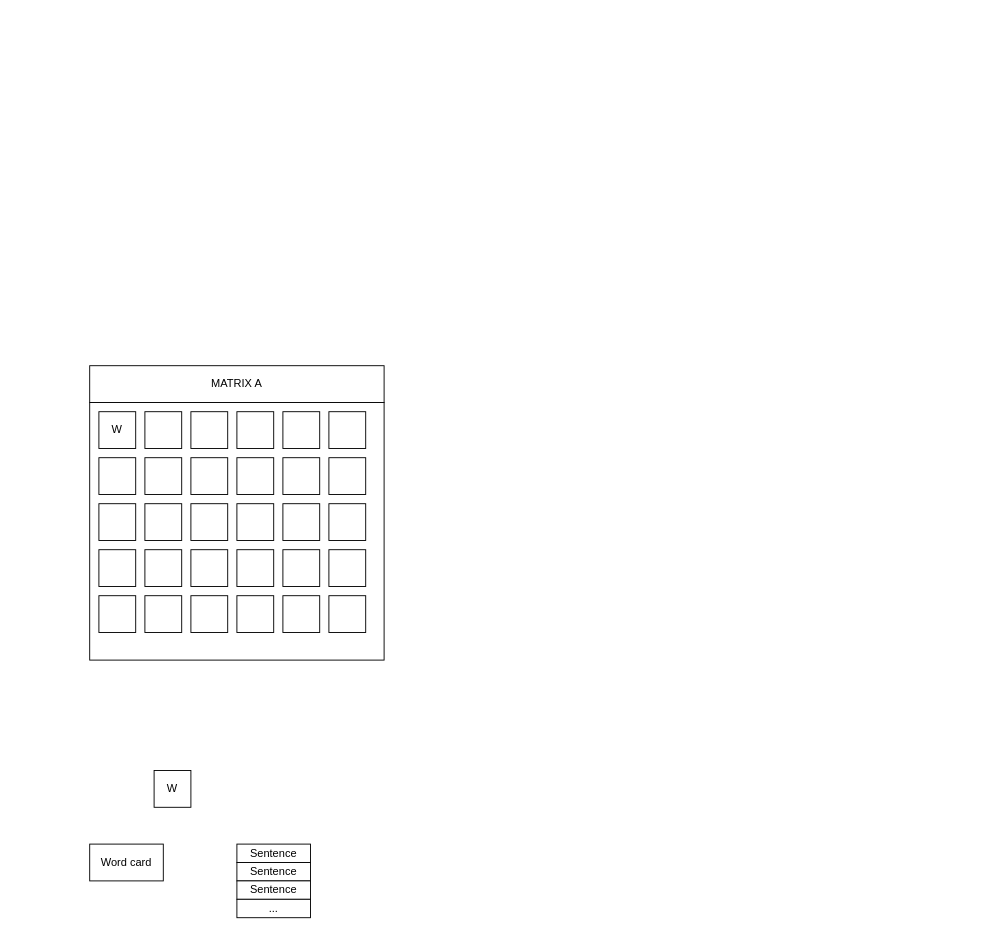
aleshin-roman-nk/lngCollector keeps this draw.io diagram as Data.drawio. Above is the earlier version. Source tidied: cells renumbered, new cells numbered last; positions are measured from the earlier drawing's top-left corner, leaving out a move shared by most shapes. Both pictures are drawn from the tidied source at 92%, with x=0, y=0 at pixel (89, 365).
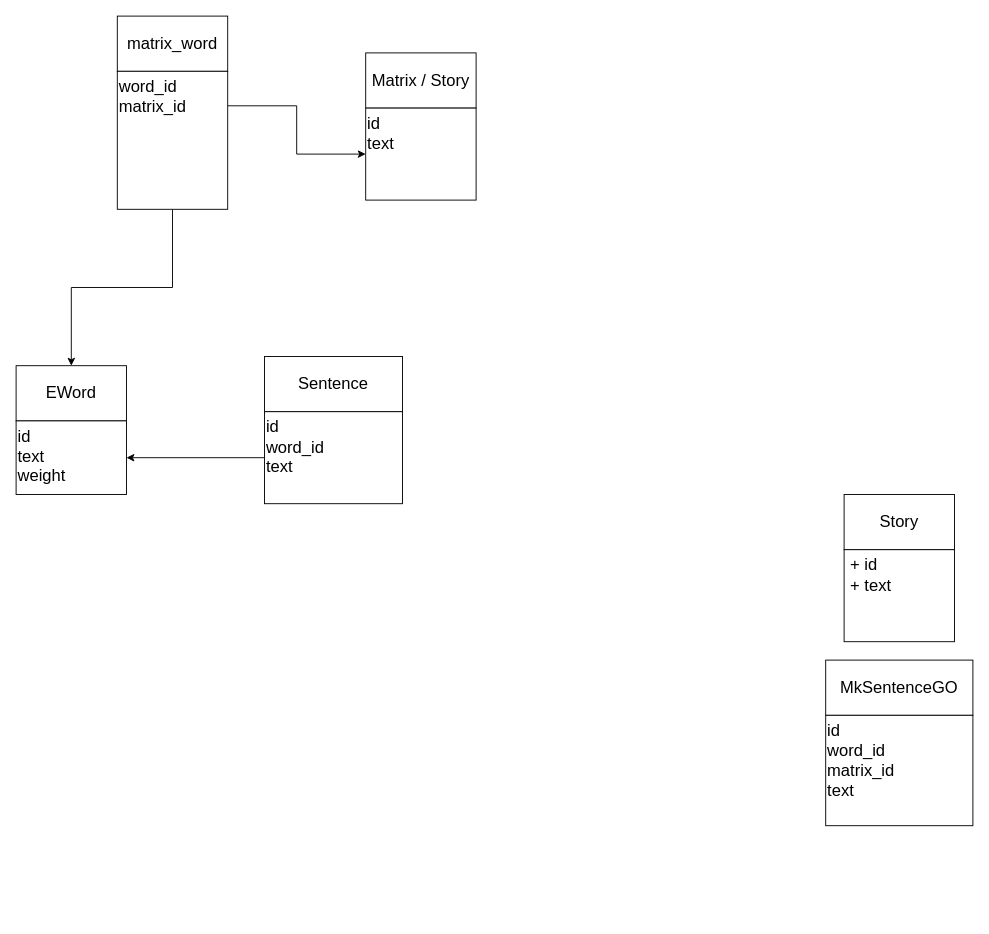
Above is the later version.

The edit, as a diff of the source:
```diff
@@
-    <mxCell id="2" style="rounded=0;whiteSpace=wrap;html=1;" parent="1" vertex="1">
-      <mxGeometry y="40" width="320" height="280" as="geometry" />
-    </mxCell>
-    <mxCell id="3" value="W" style="rounded=0;whiteSpace=wrap;html=1;" parent="1" vertex="1">
-      <mxGeometry x="10" y="50" width="40" height="40" as="geometry" />
-    </mxCell>
-    <mxCell id="4" style="rounded=0;whiteSpace=wrap;html=1;" parent="1" vertex="1">
-      <mxGeometry x="60" y="50" width="40" height="40" as="geometry" />
-    </mxCell>
-    <mxCell id="5" style="rounded=0;whiteSpace=wrap;html=1;" parent="1" vertex="1">
-      <mxGeometry x="160" y="50" width="40" height="40" as="geometry" />
-    </mxCell>
-    <mxCell id="6" style="rounded=0;whiteSpace=wrap;html=1;" parent="1" vertex="1">
-      <mxGeometry x="110" y="50" width="40" height="40" as="geometry" />
-    </mxCell>
-    <mxCell id="7" style="rounded=0;whiteSpace=wrap;html=1;" parent="1" vertex="1">
-      <mxGeometry x="210" y="50" width="40" height="40" as="geometry" />
-    </mxCell>
-    <mxCell id="8" style="rounded=0;whiteSpace=wrap;html=1;" parent="1" vertex="1">
-      <mxGeometry x="260" y="50" width="40" height="40" as="geometry" />
-    </mxCell>
-    <mxCell id="9" style="rounded=0;whiteSpace=wrap;html=1;" parent="1" vertex="1">
-      <mxGeometry x="10" y="100" width="40" height="40" as="geometry" />
-    </mxCell>
-    <mxCell id="10" style="rounded=0;whiteSpace=wrap;html=1;" parent="1" vertex="1">
-      <mxGeometry x="60" y="100" width="40" height="40" as="geometry" />
-    </mxCell>
-    <mxCell id="11" style="rounded=0;whiteSpace=wrap;html=1;" parent="1" vertex="1">
-      <mxGeometry x="160" y="100" width="40" height="40" as="geometry" />
-    </mxCell>
-    <mxCell id="12" style="rounded=0;whiteSpace=wrap;html=1;" parent="1" vertex="1">
-      <mxGeometry x="110" y="100" width="40" height="40" as="geometry" />
-    </mxCell>
-    <mxCell id="13" style="rounded=0;whiteSpace=wrap;html=1;" parent="1" vertex="1">
-      <mxGeometry x="210" y="100" width="40" height="40" as="geometry" />
-    </mxCell>
-    <mxCell id="14" style="rounded=0;whiteSpace=wrap;html=1;" parent="1" vertex="1">
-      <mxGeometry x="260" y="100" width="40" height="40" as="geometry" />
-    </mxCell>
-    <mxCell id="15" style="rounded=0;whiteSpace=wrap;html=1;" parent="1" vertex="1">
-      <mxGeometry x="10" y="150" width="40" height="40" as="geometry" />
-    </mxCell>
-    <mxCell id="16" style="rounded=0;whiteSpace=wrap;html=1;" parent="1" vertex="1">
-      <mxGeometry x="60" y="150" width="40" height="40" as="geometry" />
-    </mxCell>
-    <mxCell id="17" style="rounded=0;whiteSpace=wrap;html=1;" parent="1" vertex="1">
-      <mxGeometry x="160" y="150" width="40" height="40" as="geometry" />
-    </mxCell>
-    <mxCell id="18" style="rounded=0;whiteSpace=wrap;html=1;" parent="1" vertex="1">
-      <mxGeometry x="110" y="150" width="40" height="40" as="geometry" />
-    </mxCell>
-    <mxCell id="19" style="rounded=0;whiteSpace=wrap;html=1;" parent="1" vertex="1">
-      <mxGeometry x="210" y="150" width="40" height="40" as="geometry" />
-    </mxCell>
-    <mxCell id="20" style="rounded=0;whiteSpace=wrap;html=1;" parent="1" vertex="1">
-      <mxGeometry x="260" y="150" width="40" height="40" as="geometry" />
-    </mxCell>
-    <mxCell id="21" style="rounded=0;whiteSpace=wrap;html=1;" parent="1" vertex="1">
-      <mxGeometry x="10" y="200" width="40" height="40" as="geometry" />
-    </mxCell>
-    <mxCell id="22" style="rounded=0;whiteSpace=wrap;html=1;" parent="1" vertex="1">
-      <mxGeometry x="60" y="200" width="40" height="40" as="geometry" />
-    </mxCell>
-    <mxCell id="23" style="rounded=0;whiteSpace=wrap;html=1;" parent="1" vertex="1">
-      <mxGeometry x="160" y="200" width="40" height="40" as="geometry" />
-    </mxCell>
-    <mxCell id="24" style="rounded=0;whiteSpace=wrap;html=1;" parent="1" vertex="1">
-      <mxGeometry x="110" y="200" width="40" height="40" as="geometry" />
-    </mxCell>
-    <mxCell id="25" style="rounded=0;whiteSpace=wrap;html=1;" parent="1" vertex="1">
-      <mxGeometry x="210" y="200" width="40" height="40" as="geometry" />
-    </mxCell>
-    <mxCell id="26" style="rounded=0;whiteSpace=wrap;html=1;" parent="1" vertex="1">
-      <mxGeometry x="260" y="200" width="40" height="40" as="geometry" />
-    </mxCell>
-    <mxCell id="27" style="rounded=0;whiteSpace=wrap;html=1;" parent="1" vertex="1">
-      <mxGeometry x="10" y="250" width="40" height="40" as="geometry" />
-    </mxCell>
-    <mxCell id="28" style="rounded=0;whiteSpace=wrap;html=1;" parent="1" vertex="1">
-      <mxGeometry x="60" y="250" width="40" height="40" as="geometry" />
-    </mxCell>
-    <mxCell id="29" style="rounded=0;whiteSpace=wrap;html=1;" parent="1" vertex="1">
-      <mxGeometry x="160" y="250" width="40" height="40" as="geometry" />
-    </mxCell>
-    <mxCell id="30" style="rounded=0;whiteSpace=wrap;html=1;" parent="1" vertex="1">
-      <mxGeometry x="110" y="250" width="40" height="40" as="geometry" />
-    </mxCell>
-    <mxCell id="31" style="rounded=0;whiteSpace=wrap;html=1;" parent="1" vertex="1">
-      <mxGeometry x="210" y="250" width="40" height="40" as="geometry" />
-    </mxCell>
-    <mxCell id="32" style="rounded=0;whiteSpace=wrap;html=1;" parent="1" vertex="1">
-      <mxGeometry x="260" y="250" width="40" height="40" as="geometry" />
-    </mxCell>
-    <mxCell id="33" value="MATRIX A" style="rounded=0;whiteSpace=wrap;html=1;" parent="1" vertex="1">
-      <mxGeometry width="320" height="40" as="geometry" />
-    </mxCell>
-    <mxCell id="34" value="W" style="rounded=0;whiteSpace=wrap;html=1;" parent="1" vertex="1">
-      <mxGeometry x="70" y="440" width="40" height="40" as="geometry" />
-    </mxCell>
-    <mxCell id="35" value="Word card" style="rounded=0;whiteSpace=wrap;html=1;" parent="1" vertex="1">
-      <mxGeometry y="520" width="80" height="40" as="geometry" />
-    </mxCell>
-    <mxCell id="36" value="Sentence" style="rounded=0;whiteSpace=wrap;html=1;" parent="1" vertex="1">
-      <mxGeometry x="160" y="520" width="80" height="20" as="geometry" />
-    </mxCell>
-    <mxCell id="37" value="Sentence" style="rounded=0;whiteSpace=wrap;html=1;" parent="1" vertex="1">
-      <mxGeometry x="160" y="540" width="80" height="20" as="geometry" />
-    </mxCell>
-    <mxCell id="38" value="Sentence" style="rounded=0;whiteSpace=wrap;html=1;" parent="1" vertex="1">
-      <mxGeometry x="160" y="560" width="80" height="20" as="geometry" />
-    </mxCell>
-    <mxCell id="39" value="..." style="rounded=0;whiteSpace=wrap;html=1;" parent="1" vertex="1">
-      <mxGeometry x="160" y="580" width="80" height="20" as="geometry" />
-    </mxCell>
+    <mxCell id="40" value="EWord" style="rounded=0;whiteSpace=wrap;html=1;fontSize=18;" parent="1" vertex="1">
+      <mxGeometry x="-80" width="120" height="60" as="geometry" />
+    </mxCell>
+    <mxCell id="41" value="id&lt;br style=&quot;font-size: 18px&quot;&gt;text&lt;br&gt;weight" style="rounded=0;whiteSpace=wrap;html=1;align=left;verticalAlign=top;fontSize=18;" parent="1" vertex="1">
+      <mxGeometry x="-80" y="60" width="120" height="80" as="geometry" />
+    </mxCell>
+    <mxCell id="42" value="Sentence" style="rounded=0;whiteSpace=wrap;html=1;fontSize=18;" parent="1" vertex="1">
+      <mxGeometry x="190" y="-10" width="150" height="60" as="geometry" />
+    </mxCell>
+    <mxCell id="43" style="edgeStyle=orthogonalEdgeStyle;rounded=0;jettySize=auto;html=1;exitX=0;exitY=0.5;exitDx=0;exitDy=0;entryX=1;entryY=0.5;entryDx=0;entryDy=0;fontSize=18;" parent="1" edge="1" source="44" target="41">
+      <mxGeometry relative="1" as="geometry" />
+    </mxCell>
+    <mxCell id="44" value="id&lt;br&gt;word_id&lt;br&gt;text" style="rounded=0;whiteSpace=wrap;html=1;fontSize=18;verticalAlign=top;align=left;" parent="1" vertex="1">
+      <mxGeometry x="190" y="50" width="150" height="100" as="geometry" />
+    </mxCell>
+    <mxCell id="45" value="Matrix / Story" style="rounded=0;whiteSpace=wrap;html=1;fontSize=18;" parent="1" vertex="1">
+      <mxGeometry x="300" y="-340" width="120" height="60" as="geometry" />
+    </mxCell>
+    <mxCell id="46" value="id&lt;br&gt;text" style="rounded=0;whiteSpace=wrap;html=1;fontSize=18;verticalAlign=top;align=left;" parent="1" vertex="1">
+      <mxGeometry x="300" y="-280" width="120" height="100" as="geometry" />
+    </mxCell>
+    <mxCell id="47" value="matrix_word" style="rounded=0;whiteSpace=wrap;html=1;fontSize=18;" parent="1" vertex="1">
+      <mxGeometry x="30" y="-380" width="120" height="60" as="geometry" />
+    </mxCell>
+    <mxCell id="48" style="edgeStyle=orthogonalEdgeStyle;rounded=0;jettySize=auto;html=1;exitX=0.5;exitY=1;exitDx=0;exitDy=0;entryX=0.5;entryY=0;entryDx=0;entryDy=0;fontSize=18;" parent="1" edge="1" source="50" target="40">
+      <mxGeometry relative="1" as="geometry" />
+    </mxCell>
+    <mxCell id="49" style="edgeStyle=orthogonalEdgeStyle;rounded=0;jettySize=auto;html=1;exitX=1;exitY=0.25;exitDx=0;exitDy=0;entryX=0;entryY=0.5;entryDx=0;entryDy=0;fontSize=18;" parent="1" edge="1" source="50" target="46">
+      <mxGeometry relative="1" as="geometry" />
+    </mxCell>
+    <mxCell id="50" value="word_id&lt;br&gt;matrix_id&lt;br&gt;" style="rounded=0;whiteSpace=wrap;html=1;fontSize=18;verticalAlign=top;align=left;" parent="1" vertex="1">
+      <mxGeometry x="30" y="-320" width="120" height="150" as="geometry" />
+    </mxCell>
+    <mxCell id="51" value="MkSentenceGO" style="rounded=0;whiteSpace=wrap;html=1;fontSize=18;" parent="1" vertex="1">
+      <mxGeometry x="800" y="320" width="160" height="60" as="geometry" />
+    </mxCell>
+    <mxCell id="52" value="id&lt;br&gt;word_id&lt;br&gt;matrix_id&lt;br&gt;text" style="rounded=0;whiteSpace=wrap;html=1;fontSize=18;verticalAlign=top;align=left;" parent="1" vertex="1">
+      <mxGeometry x="800" y="380" width="160" height="120" as="geometry" />
+    </mxCell>
+    <mxCell id="53" value="Story" style="rounded=0;whiteSpace=wrap;html=1;fontSize=18;" parent="1" vertex="1">
+      <mxGeometry x="820" y="140" width="120" height="60" as="geometry" />
+    </mxCell>
+    <mxCell id="54" value="&amp;nbsp;+ id&lt;br style=&quot;font-size: 18px;&quot;&gt;&amp;nbsp;+ text" style="rounded=0;whiteSpace=wrap;html=1;align=left;verticalAlign=top;fontSize=18;" parent="1" vertex="1">
+      <mxGeometry x="820" y="200" width="120" height="100" as="geometry" />
+    </mxCell>
```
